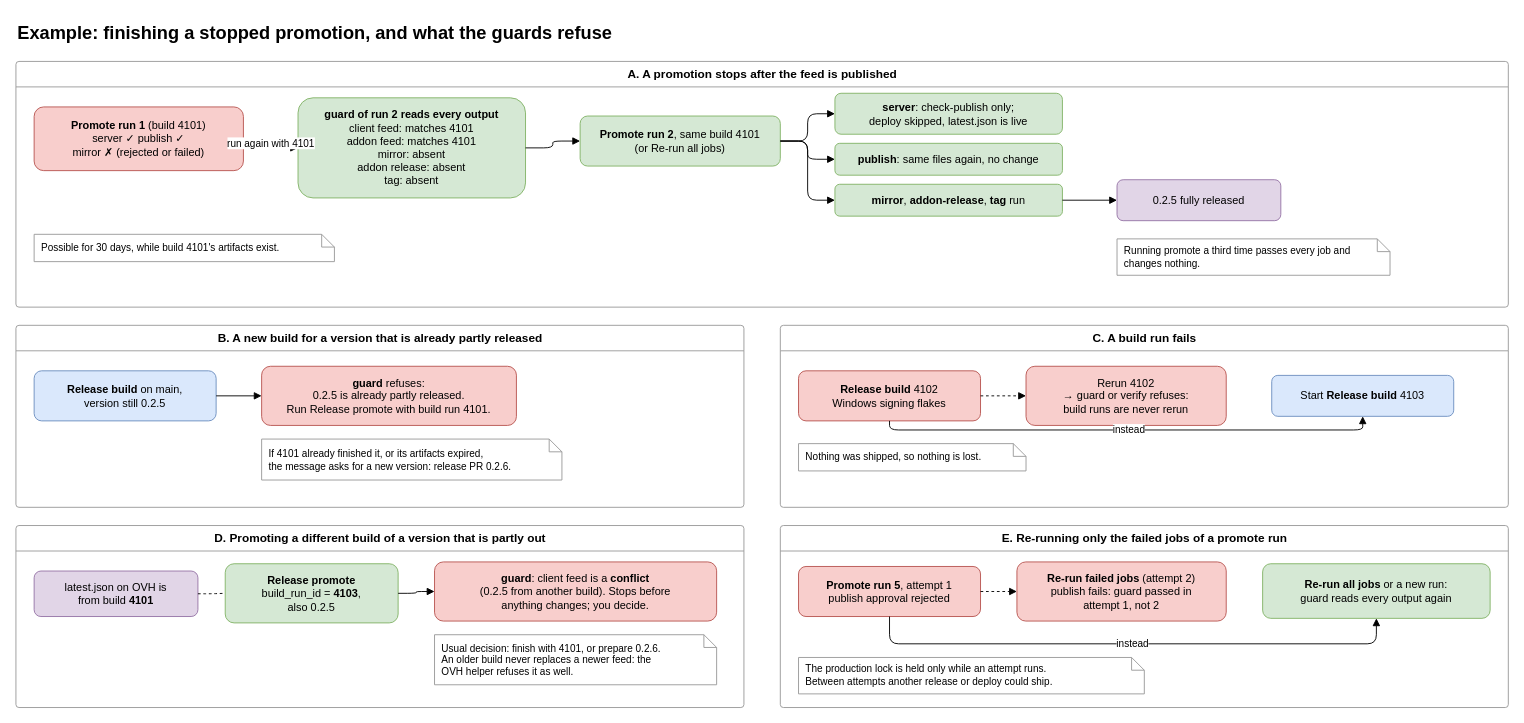
Before: page "3. Example: stops and refusals" (3 of 4) of docs/release-flow.drawio in jkc-be/goldbook, a draw.io diagram. Source tidied: cells renumbered, new cells numbered last; positions are measured from the earlier drawing's top-left corner, leaving out a move shared by most shapes. Both pictures are drawn from the tidied source at 91%, with x=0, y=0 at pixel (15, 15).
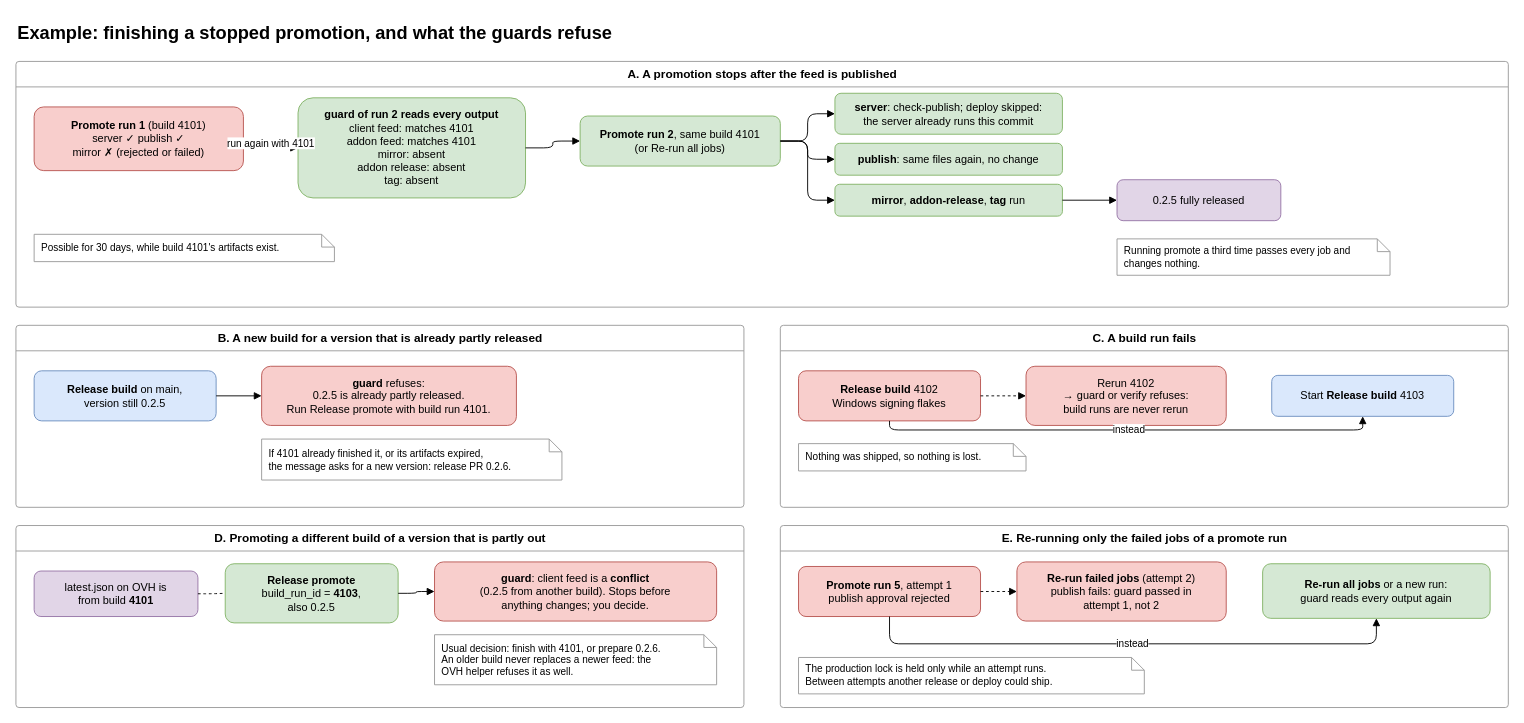
After the change.

Commit message (it also covers changes not shown here):
Update release flow diagrams for make release, explicit revisions and the server skip

The edit, as a diff of the source:
```diff
@@
-    <mxCell id="7" value="&lt;b&gt;server&lt;/b&gt;: check-publish only;&lt;br&gt;deploy skipped, latest.json is live" style="rounded=1;whiteSpace=wrap;html=1;fillColor=#d5e8d4;strokeColor=#82b366;" parent="1" vertex="1">
+    <mxCell id="7" value="&lt;b&gt;server&lt;/b&gt;: check-publish; deploy skipped:&lt;br&gt;the server already runs this commit" style="rounded=1;whiteSpace=wrap;html=1;fillColor=#d5e8d4;strokeColor=#82b366;" parent="1" vertex="1">
       <mxGeometry x="900" y="85" width="250" height="45" as="geometry" />
     </mxCell>
```
